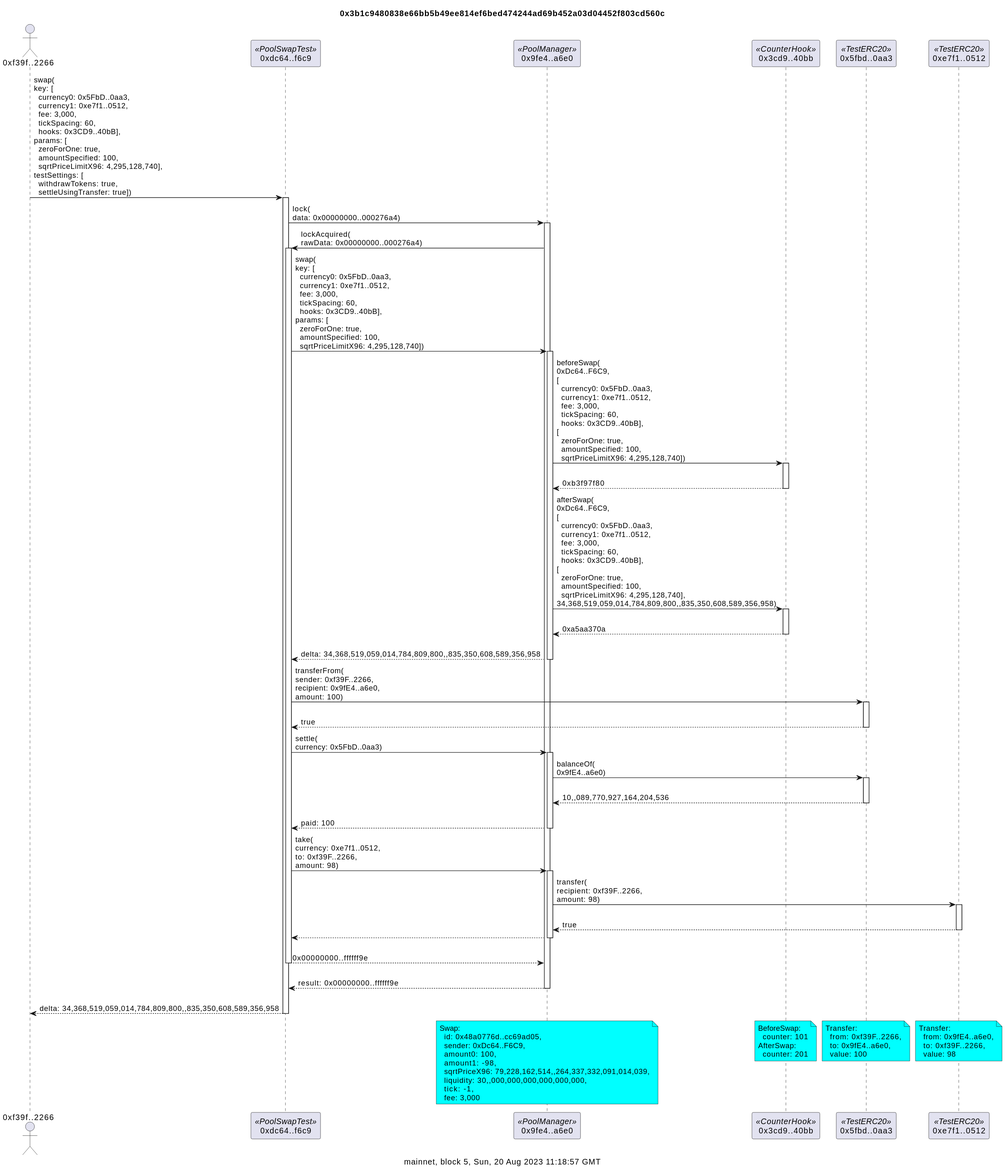
Above: docs/counterSwapDetailed.svg in naddison36/uniswap-v4-hooks (PlantUML), before the change.
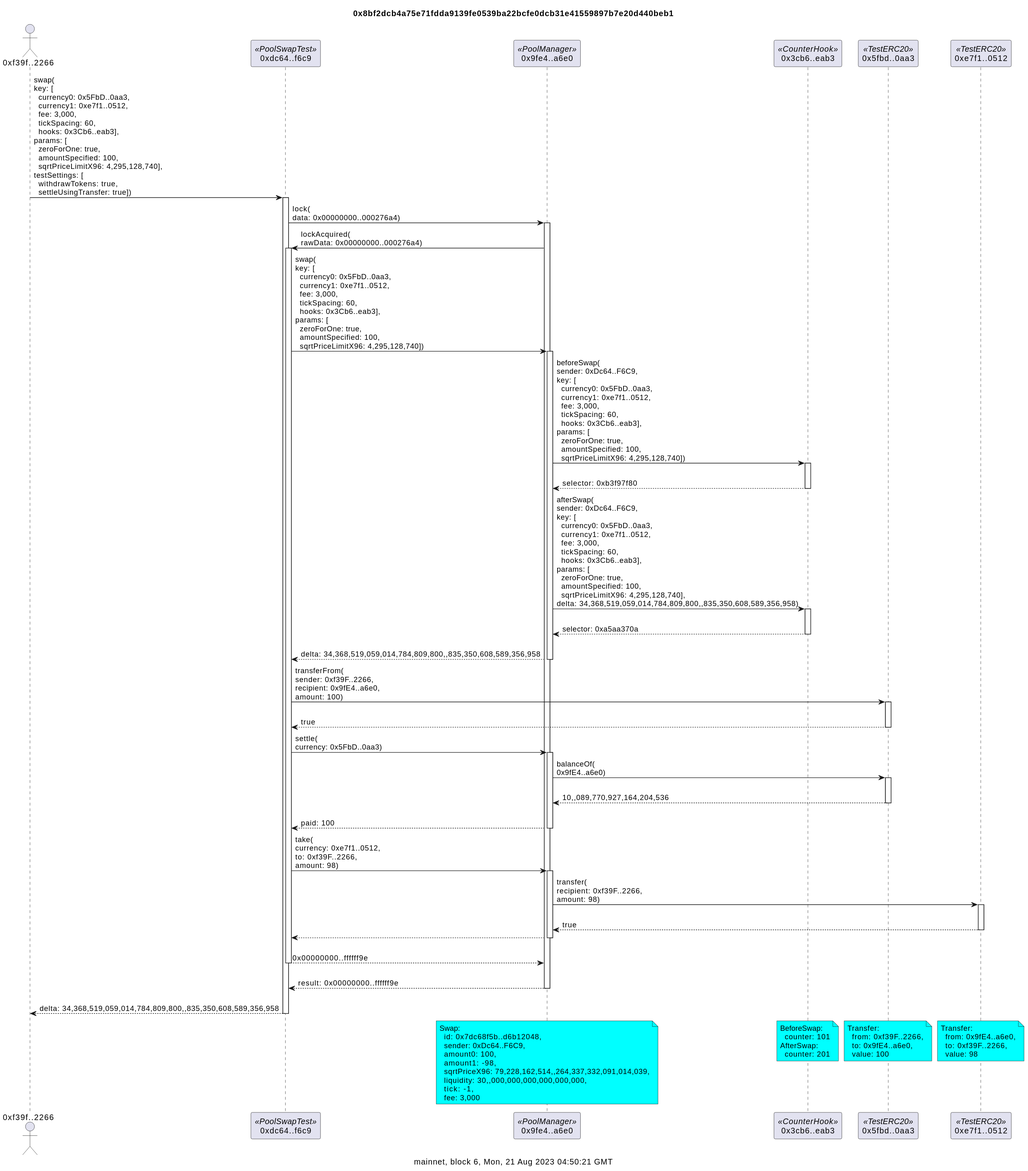
Later version of the same file.

Diff of the diagram source:
```diff
@@ -1,28 +1,28 @@
 @startuml
-title 0x3b1c9480838e66bb5b49ee814ef6bed474244ad69b452a03d04452f803cd560c
+title 0x8bf2dcb4a75e71fdda9139fe0539ba22bcfe0dcb31e41559897b7e20d440beb1
 
-caption mainnet, block 5, Sun, 20 Aug 2023 11:18:57 GMT
+caption mainnet, block 6, Mon, 21 Aug 2023 04:50:21 GMT
 actor "0xf39f..2266" as f39f2266
 participant "0xdc64..f6c9" as dc64f6c9 <<PoolSwapTest>>
 participant "0x9fe4..a6e0" as 9fe4a6e0 <<PoolManager>>
-participant "0x3cd9..40bb" as 3cd940bb <<CounterHook>>
+participant "0x3cb6..eab3" as 3cb6eab3 <<CounterHook>>
 participant "0x5fbd..0aa3" as 5fbd0aa3 <<TestERC20>>
 participant "0xe7f1..0512" as e7f10512 <<TestERC20>>
 
-f39f2266 -> dc64f6c9: swap(\nkey: [\n  currency0: 0x5FbD..0aa3,\n  currency1: 0xe7f1..0512,\n  fee: 3,000,\n  tickSpacing: 60,\n  hooks: 0x3CD9..40bB],\nparams: [\n  zeroForOne: true,\n  amountSpecified: 100,\n  sqrtPriceLimitX96: 4,295,128,740],\ntestSettings: [\n  withdrawTokens: true,\n  settleUsingTransfer: true])
+f39f2266 -> dc64f6c9: swap(\nkey: [\n  currency0: 0x5FbD..0aa3,\n  currency1: 0xe7f1..0512,\n  fee: 3,000,\n  tickSpacing: 60,\n  hooks: 0x3Cb6..eab3],\nparams: [\n  zeroForOne: true,\n  amountSpecified: 100,\n  sqrtPriceLimitX96: 4,295,128,740],\ntestSettings: [\n  withdrawTokens: true,\n  settleUsingTransfer: true])
 activate dc64f6c9
 dc64f6c9 -> 9fe4a6e0: lock(\ndata: 0x00000000..000276a4)
 activate 9fe4a6e0
 9fe4a6e0 -> dc64f6c9: lockAcquired(\nrawData: 0x00000000..000276a4)
 activate dc64f6c9
-dc64f6c9 -> 9fe4a6e0: swap(\nkey: [\n  currency0: 0x5FbD..0aa3,\n  currency1: 0xe7f1..0512,\n  fee: 3,000,\n  tickSpacing: 60,\n  hooks: 0x3CD9..40bB],\nparams: [\n  zeroForOne: true,\n  amountSpecified: 100,\n  sqrtPriceLimitX96: 4,295,128,740])
+dc64f6c9 -> 9fe4a6e0: swap(\nkey: [\n  currency0: 0x5FbD..0aa3,\n  currency1: 0xe7f1..0512,\n  fee: 3,000,\n  tickSpacing: 60,\n  hooks: 0x3Cb6..eab3],\nparams: [\n  zeroForOne: true,\n  amountSpecified: 100,\n  sqrtPriceLimitX96: 4,295,128,740])
 activate 9fe4a6e0
-9fe4a6e0 -> 3cd940bb: beforeSwap(\n0xDc64..F6C9,\n[\n  currency0: 0x5FbD..0aa3,\n  currency1: 0xe7f1..0512,\n  fee: 3,000,\n  tickSpacing: 60,\n  hooks: 0x3CD9..40bB],\n[\n  zeroForOne: true,\n  amountSpecified: 100,\n  sqrtPriceLimitX96: 4,295,128,740])
-activate 3cd940bb
-return\n0xb3f97f80
-9fe4a6e0 -> 3cd940bb: afterSwap(\n0xDc64..F6C9,\n[\n  currency0: 0x5FbD..0aa3,\n  currency1: 0xe7f1..0512,\n  fee: 3,000,\n  tickSpacing: 60,\n  hooks: 0x3CD9..40bB],\n[\n  zeroForOne: true,\n  amountSpecified: 100,\n  sqrtPriceLimitX96: 4,295,128,740],\n34,368,519,059,014,784,809,800,,835,350,608,589,356,958)
-activate 3cd940bb
-return\n0xa5aa370a
+9fe4a6e0 -> 3cb6eab3: beforeSwap(\nsender: 0xDc64..F6C9,\nkey: [\n  currency0: 0x5FbD..0aa3,\n  currency1: 0xe7f1..0512,\n  fee: 3,000,\n  tickSpacing: 60,\n  hooks: 0x3Cb6..eab3],\nparams: [\n  zeroForOne: true,\n  amountSpecified: 100,\n  sqrtPriceLimitX96: 4,295,128,740])
+activate 3cb6eab3
+return\nselector: 0xb3f97f80
+9fe4a6e0 -> 3cb6eab3: afterSwap(\nsender: 0xDc64..F6C9,\nkey: [\n  currency0: 0x5FbD..0aa3,\n  currency1: 0xe7f1..0512,\n  fee: 3,000,\n  tickSpacing: 60,\n  hooks: 0x3Cb6..eab3],\nparams: [\n  zeroForOne: true,\n  amountSpecified: 100,\n  sqrtPriceLimitX96: 4,295,128,740],\ndelta: 34,368,519,059,014,784,809,800,,835,350,608,589,356,958)
+activate 3cb6eab3
+return\nselector: 0xa5aa370a
 return\ndelta: 34,368,519,059,014,784,809,800,,835,350,608,589,356,958
 dc64f6c9 -> 5fbd0aa3: transferFrom(\nsender: 0xf39F..2266,\nrecipient: 0x9fE4..a6e0,\namount: 100)
 activate 5fbd0aa3
@@ -45,7 +45,7 @@
 
 note over 9fe4a6e0 #aqua
 Swap:
-  id: 0x48a0776d..cc69ad05,
+  id: 0x7dc68f5b..d6b12048,
   sender: 0xDc64..F6C9,
   amount0: 100,
   amount1: -98,
@@ -55,7 +55,7 @@
   fee: 3,000
 end note
 
-/ note over 3cd940bb #aqua
+/ note over 3cb6eab3 #aqua
 BeforeSwap:
   counter: 101
 AfterSwap:
```
